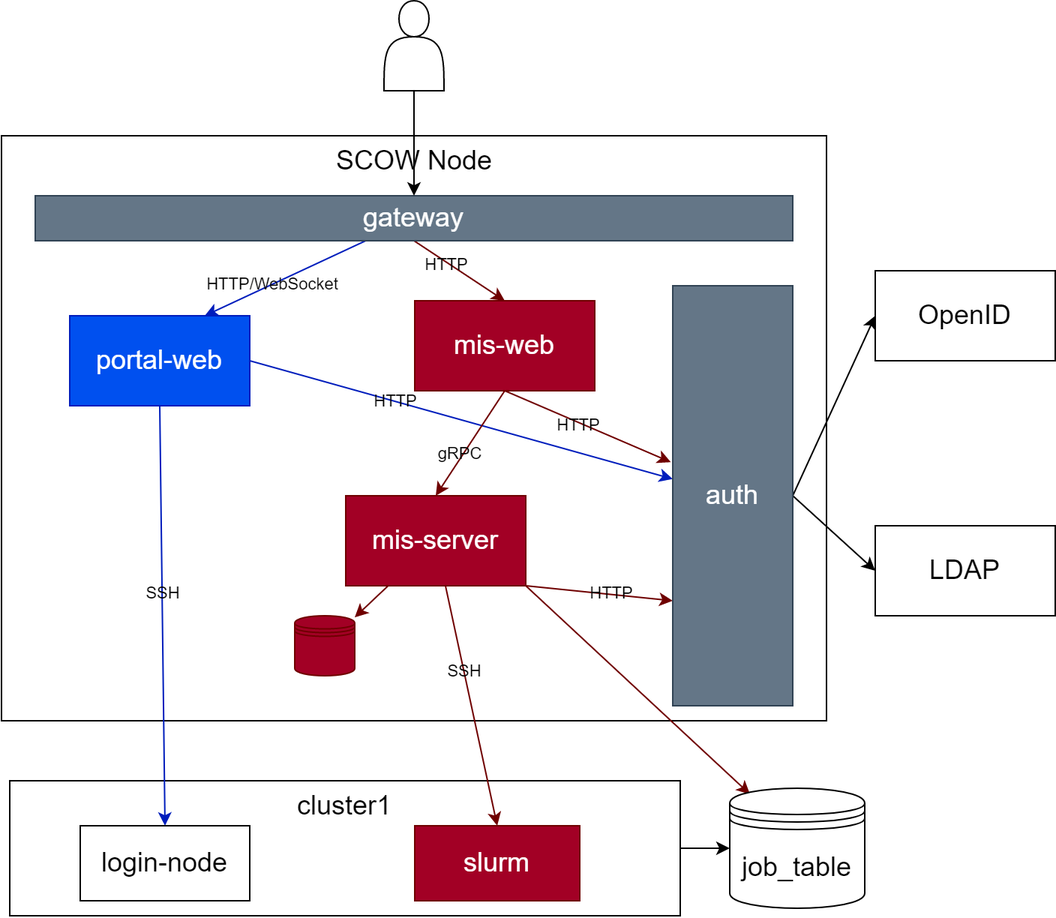
The draw.io diagram docs/diagrams/architecture.png in PKUHPC/OpenSCOW, before a commit. Source tidied: cells renumbered, new cells last; positions are measured from the earlier drawing's top-left corner, leaving out a move shared by most shapes.
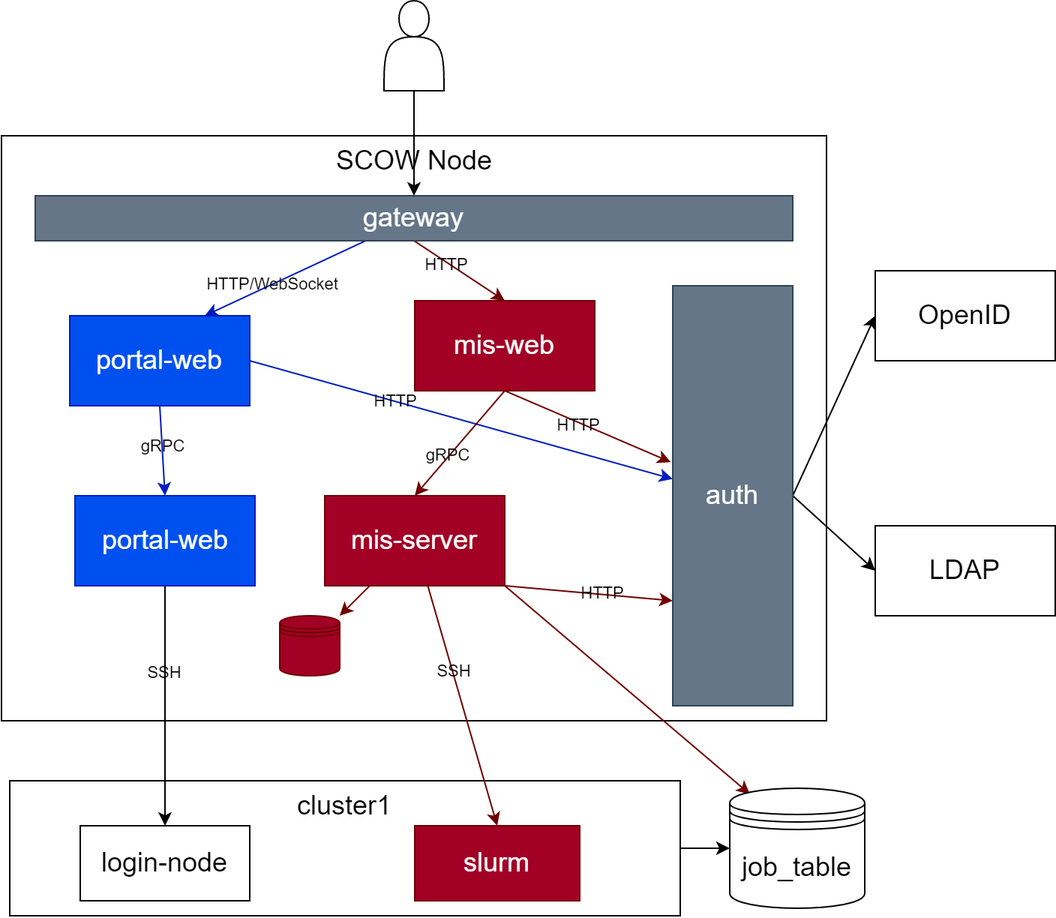
Later version of the same file.

What changed in the source:
```diff
@@ -41,10 +41,10 @@
     <mxCell id="14" value="HTTP" style="edgeLabel;html=1;align=center;verticalAlign=middle;labelBackgroundColor=none;" parent="13" vertex="1">
       <mxGeometry x="-0.31" relative="1" as="geometry" />
     </mxCell>
-    <mxCell id="15" style="edgeStyle=none;html=1;exitX=0.5;exitY=1;exitDx=0;exitDy=0;entryX=0.5;entryY=0;entryDx=0;entryDy=0;fontSize=18;fillColor=#0050ef;strokeColor=#001DBC;labelBackgroundColor=none;" parent="1" edge="1" source="17" target="37">
+    <mxCell id="15" style="edgeStyle=none;html=1;exitX=0.5;exitY=1;exitDx=0;exitDy=0;entryX=0.5;entryY=0;entryDx=0;entryDy=0;fontSize=18;fillColor=#0050ef;strokeColor=#001DBC;labelBackgroundColor=none;" parent="1" edge="1" source="17" target="40">
       <mxGeometry relative="1" as="geometry" />
     </mxCell>
-    <mxCell id="16" value="SSH" style="edgeLabel;html=1;align=center;verticalAlign=middle;labelBackgroundColor=none;" parent="15" vertex="1">
+    <mxCell id="16" value="gRPC" style="edgeLabel;html=1;align=center;verticalAlign=middle;labelBackgroundColor=none;" parent="15" vertex="1">
       <mxGeometry x="-0.11" relative="1" as="geometry" />
     </mxCell>
     <mxCell id="17" value="portal-web" style="whiteSpace=wrap;html=1;fontSize=18;fillColor=#0050ef;fontColor=#ffffff;strokeColor=#001DBC;labelBackgroundColor=none;" parent="1" vertex="1">
@@ -60,7 +60,7 @@
       <mxGeometry x="0.15" y="1" relative="1" as="geometry" />
     </mxCell>
     <mxCell id="21" value="&lt;span style=&quot;font-size: 18px&quot;&gt;mis-server&lt;br&gt;&lt;/span&gt;" style="whiteSpace=wrap;html=1;fillColor=#a20025;fontColor=#ffffff;strokeColor=#6F0000;labelBackgroundColor=none;" parent="1" vertex="1">
-      <mxGeometry x="230" y="330" width="120" height="60" as="geometry" />
+      <mxGeometry x="216" y="330" width="120" height="60" as="geometry" />
     </mxCell>
     <mxCell id="22" style="edgeStyle=none;html=1;entryX=0;entryY=0.5;entryDx=0;entryDy=0;fontSize=18;exitX=1;exitY=0.5;exitDx=0;exitDy=0;labelBackgroundColor=none;" parent="1" edge="1" source="24" target="27">
       <mxGeometry relative="1" as="geometry" />
@@ -96,7 +96,7 @@
       <mxGeometry x="276" y="200" width="120" height="60" as="geometry" />
     </mxCell>
     <mxCell id="33" style="shape=datastore;whiteSpace=wrap;html=1;fontSize=18;fillColor=#a20025;fontColor=#ffffff;strokeColor=#6F0000;labelBackgroundColor=none;" parent="1" vertex="1">
-      <mxGeometry x="196" y="410" width="40" height="40" as="geometry" />
+      <mxGeometry x="186" y="410" width="40" height="40" as="geometry" />
     </mxCell>
     <mxCell id="34" value="slurm" style="rounded=0;whiteSpace=wrap;html=1;fontSize=18;fillColor=#a20025;fontColor=#ffffff;strokeColor=#6F0000;labelBackgroundColor=none;" parent="1" vertex="1">
       <mxGeometry x="276" y="550" width="110" height="50" as="geometry" />
@@ -110,5 +110,14 @@
     <mxCell id="37" value="login-node" style="rounded=0;whiteSpace=wrap;html=1;fontSize=18;labelBackgroundColor=none;" parent="1" vertex="1">
       <mxGeometry x="53" y="550" width="113" height="50" as="geometry" />
     </mxCell>
+    <mxCell id="38" style="edgeStyle=none;html=1;exitX=0.5;exitY=1;exitDx=0;exitDy=0;" parent="1" edge="1" source="40" target="37">
+      <mxGeometry relative="1" as="geometry" />
+    </mxCell>
+    <mxCell id="39" value="SSH" style="edgeLabel;html=1;align=center;verticalAlign=middle;labelBackgroundColor=none;" parent="38" vertex="1">
+      <mxGeometry x="-0.27" y="-1" relative="1" as="geometry" />
+    </mxCell>
+    <mxCell id="40" value="portal-web" style="whiteSpace=wrap;html=1;fontSize=18;fillColor=#0050ef;fontColor=#ffffff;strokeColor=#001DBC;labelBackgroundColor=none;" parent="1" vertex="1">
+      <mxGeometry x="49.5" y="330" width="120" height="60" as="geometry" />
+    </mxCell>
   </root>
 </mxGraphModel>
```
